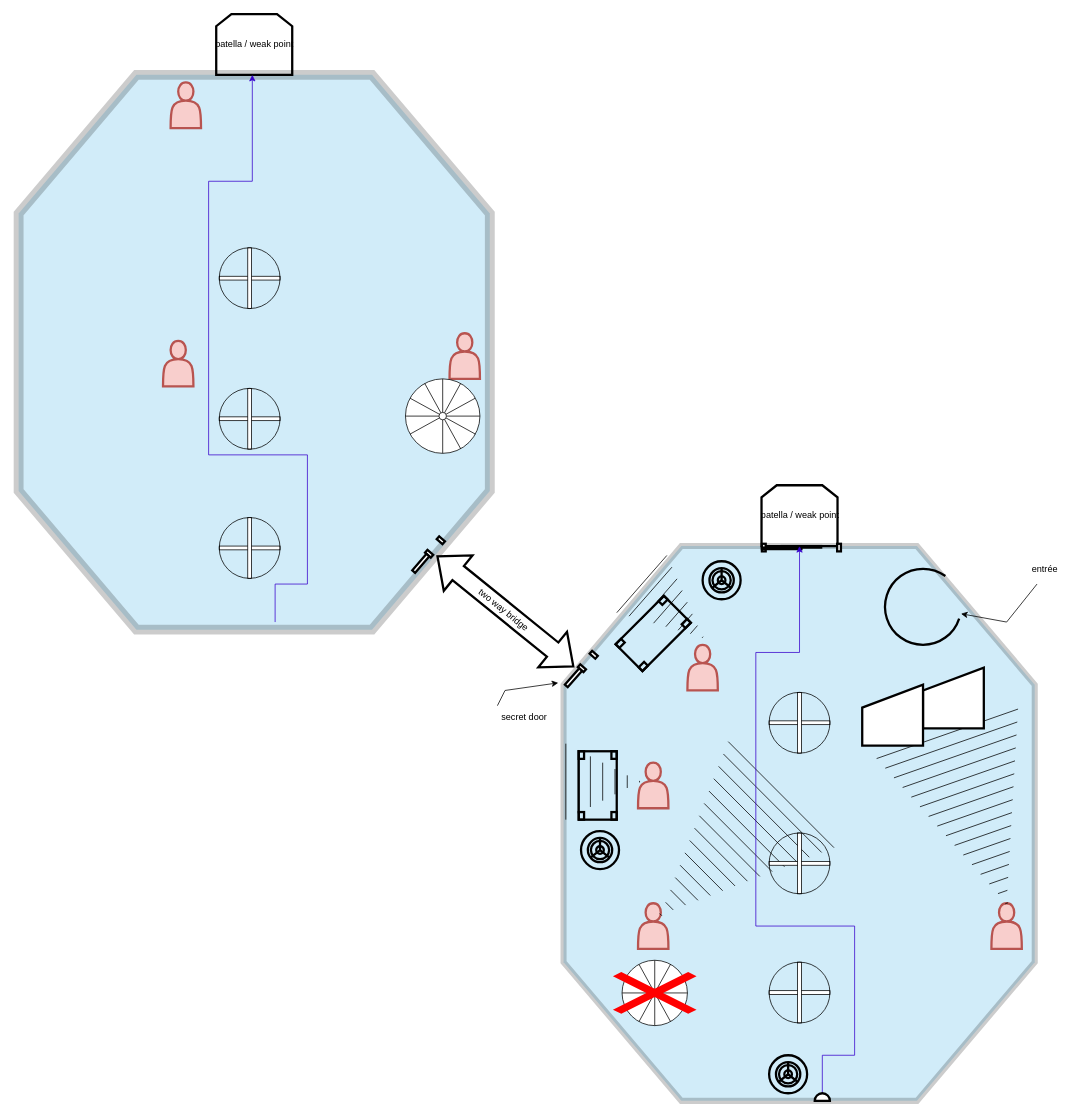
Before: page "Legs" (2 of 3) of LevelDesignWS.drawio in anotien/leveldesignWS, a draw.io diagram. Source tidied: cells renumbered, new cells numbered last; positions are measured from the earlier drawing's top-left corner, leaving out a move shared by most shapes. Both pictures are drawn from the tidied source at 76%, with x=0, y=0 at pixel (18, 14).
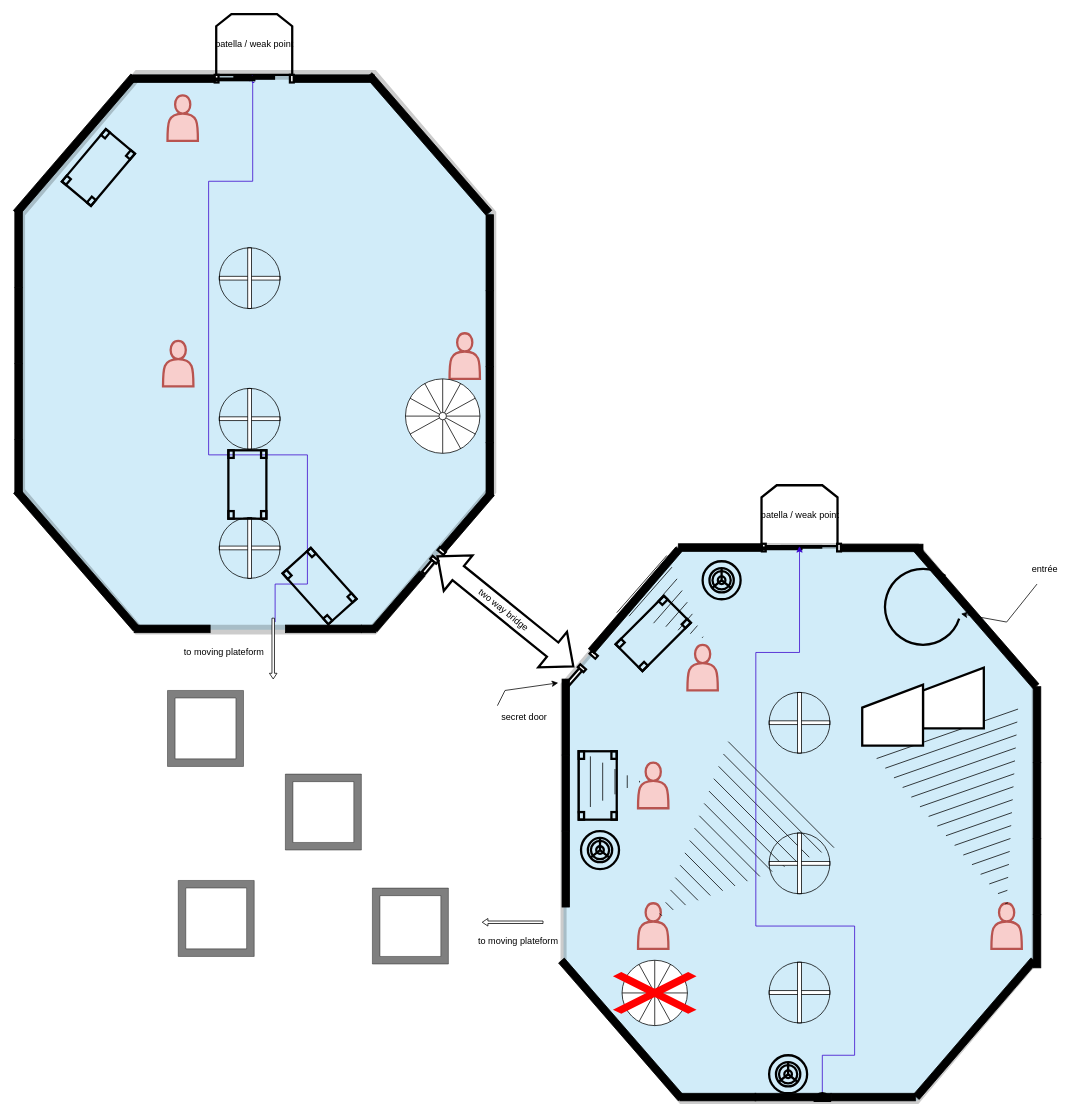
After the change.

What changed in the source:
```diff
@@
     <mxCell id="2" style="verticalLabelPosition=bottom;verticalAlign=top;html=1;shape=mxgraph.basic.polygon;polyCoords=[[0.25,0],[0.75,0],[1,0.25],[1,0.75],[0.75,1],[0.25,1],[0,0.75],[0,0.25]];polyline=0;sketch=0;strokeColor=#000000;strokeWidth=13;fillColor=#1ba1e2;fontColor=#ffffff;opacity=20;" parent="1" vertex="1">
-      <mxGeometry y="80" width="620" height="730" as="geometry" />
+      <mxGeometry x="2" y="80" width="620" height="730" as="geometry" />
     </mxCell>
@@
-    <mxCell id="30" style="verticalLabelPosition=bottom;html=1;verticalAlign=top;align=center;shape=mxgraph.floorplan.doorPocket;dx=0.5;sketch=0;strokeColor=default;strokeWidth=3;fillColor=default;gradientColor=none;rotation=-49.1;" parent="1" vertex="1">
-      <mxGeometry x="510" y="707" width="57" height="10" as="geometry" />
+    <mxCell id="30" style="verticalLabelPosition=bottom;html=1;verticalAlign=top;align=center;shape=mxgraph.floorplan.doorPocket;dx=0.5;sketch=0;strokeColor=default;strokeWidth=3;fillColor=default;gradientColor=none;rotation=-50.2;" parent="1" vertex="1">
+      <mxGeometry x="525.5" y="715" width="40" height="10" as="geometry" />
     </mxCell>
@@
     <mxCell id="43" style="shape=actor;whiteSpace=wrap;html=1;sketch=0;strokeColor=#b85450;strokeWidth=3;fillColor=#f8cecc;" parent="1" vertex="1">
-      <mxGeometry x="200" y="90" width="40" height="60" as="geometry" />
+      <mxGeometry x="195.9" y="106.9" width="40" height="60" as="geometry" />
     </mxCell>
-    <mxCell id="44" style="edgeStyle=orthogonalEdgeStyle;rounded=0;orthogonalLoop=1;jettySize=auto;html=1;exitX=0.5;exitY=1;exitDx=0;exitDy=0;exitPerimeter=0;entryX=0.5;entryY=1;entryDx=0;entryDy=0;fillColor=#6a00ff;strokeColor=#3700CC;" parent="1" edge="1">
+    <mxCell id="44" style="edgeStyle=orthogonalEdgeStyle;rounded=0;jettySize=auto;html=1;exitX=0.5;exitY=1;exitDx=0;exitDy=0;exitPerimeter=0;entryX=0.5;entryY=1;entryDx=0;entryDy=0;fillColor=#6a00ff;strokeColor=#3700CC;startArrow=none;" parent="1" edge="1" source="79">
       <mxGeometry relative="1" as="geometry">
-        <mxPoint x="337.5" y="800" as="sourcePoint" />
         <mxPoint x="307.5" y="80" as="targetPoint" />
-        <Array as="points">
-          <mxPoint x="338" y="750" />
-          <mxPoint x="380" y="750" />
-          <mxPoint x="380" y="580" />
-          <mxPoint x="250" y="580" />
-          <mxPoint x="250" y="220" />
-          <mxPoint x="308" y="220" />
-        </Array>
       </mxGeometry>
     </mxCell>
@@
+    <mxCell id="48" style="verticalLabelPosition=bottom;html=1;verticalAlign=top;align=center;shape=mxgraph.floorplan.wall;fillColor=#000000;rotation=90;" parent="1" vertex="1">
+      <mxGeometry x="-50" y="305" width="100" height="10" as="geometry" />
+    </mxCell>
+    <mxCell id="49" style="verticalLabelPosition=bottom;html=1;verticalAlign=top;align=center;shape=mxgraph.floorplan.wall;fillColor=#000000;rotation=90;" parent="1" vertex="1">
+      <mxGeometry x="-50" y="405" width="100" height="10" as="geometry" />
+    </mxCell>
+    <mxCell id="50" style="verticalLabelPosition=bottom;html=1;verticalAlign=top;align=center;shape=mxgraph.floorplan.wall;fillColor=#000000;rotation=90;" parent="1" vertex="1">
+      <mxGeometry x="-50" y="505" width="100" height="10" as="geometry" />
+    </mxCell>
+    <mxCell id="51" style="verticalLabelPosition=bottom;html=1;verticalAlign=top;align=center;shape=mxgraph.floorplan.wall;fillColor=#000000;rotation=90;" parent="1" vertex="1">
+      <mxGeometry x="-35" y="590" width="70" height="10" as="geometry" />
+    </mxCell>
+    <mxCell id="52" style="verticalLabelPosition=bottom;html=1;verticalAlign=top;align=center;shape=mxgraph.floorplan.wall;fillColor=#000000;rotation=0;" parent="1" vertex="1">
+      <mxGeometry x="152" y="804" width="100" height="10" as="geometry" />
+    </mxCell>
+    <mxCell id="53" style="verticalLabelPosition=bottom;html=1;verticalAlign=top;align=center;shape=mxgraph.floorplan.wall;fillColor=#000000;rotation=0;" parent="1" vertex="1">
+      <mxGeometry x="351" y="804" width="100" height="10" as="geometry" />
+    </mxCell>
+    <mxCell id="54" style="verticalLabelPosition=bottom;html=1;verticalAlign=top;align=center;shape=mxgraph.floorplan.wall;fillColor=#000000;rotation=0;" parent="1" vertex="1">
+      <mxGeometry x="451" y="804" width="19" height="10" as="geometry" />
+    </mxCell>
+    <mxCell id="55" style="verticalLabelPosition=bottom;html=1;verticalAlign=top;align=center;shape=mxgraph.floorplan.wall;fillColor=#000000;rotation=90;" parent="1" vertex="1">
+      <mxGeometry x="570" y="409" width="100" height="10" as="geometry" />
+    </mxCell>
+    <mxCell id="56" style="verticalLabelPosition=bottom;html=1;verticalAlign=top;align=center;shape=mxgraph.floorplan.wall;fillColor=#000000;rotation=90;" parent="1" vertex="1">
+      <mxGeometry x="570" y="509" width="100" height="10" as="geometry" />
+    </mxCell>
+    <mxCell id="57" style="verticalLabelPosition=bottom;html=1;verticalAlign=top;align=center;shape=mxgraph.floorplan.wall;fillColor=#000000;rotation=90;" parent="1" vertex="1">
+      <mxGeometry x="585" y="594" width="70" height="10" as="geometry" />
+    </mxCell>
+    <mxCell id="58" style="verticalLabelPosition=bottom;html=1;verticalAlign=top;align=center;shape=mxgraph.floorplan.wall;fillColor=#000000;rotation=49;" parent="1" vertex="1">
+      <mxGeometry x="-44.1" y="712.8" width="240" height="10" as="geometry" />
+    </mxCell>
+    <mxCell id="59" style="verticalLabelPosition=bottom;html=1;verticalAlign=top;align=center;shape=mxgraph.floorplan.wall;fillColor=#000000;rotation=-229.3;" parent="1" vertex="1">
+      <mxGeometry x="451" y="767.7" width="97" height="10" as="geometry" />
+    </mxCell>
+    <mxCell id="60" style="verticalLabelPosition=bottom;html=1;verticalAlign=top;align=center;shape=mxgraph.floorplan.wall;fillColor=#000000;rotation=-229.3;" parent="1" vertex="1">
+      <mxGeometry x="542" y="662" width="97" height="10" as="geometry" />
+    </mxCell>
+    <mxCell id="61" style="verticalLabelPosition=bottom;html=1;verticalAlign=top;align=center;shape=mxgraph.floorplan.wall;fillColor=#000000;rotation=49;" parent="1" vertex="1">
+      <mxGeometry x="420" y="166" width="240" height="10" as="geometry" />
+    </mxCell>
+    <mxCell id="62" style="verticalLabelPosition=bottom;html=1;verticalAlign=top;align=center;shape=mxgraph.floorplan.wall;fillColor=#000000;rotation=-229.3;" parent="1" vertex="1">
+      <mxGeometry x="-44.3" y="166.9" width="237" height="10" as="geometry" />
+    </mxCell>
+    <mxCell id="63" style="verticalLabelPosition=bottom;html=1;verticalAlign=top;align=center;shape=mxgraph.floorplan.wall;fillColor=#000000;rotation=0;" parent="1" vertex="1">
+      <mxGeometry x="150" y="80" width="110" height="10" as="geometry" />
+    </mxCell>
+    <mxCell id="64" style="verticalLabelPosition=bottom;html=1;verticalAlign=top;align=center;shape=mxgraph.floorplan.wall;fillColor=#000000;rotation=0;" parent="1" vertex="1">
+      <mxGeometry x="360" y="80" width="108" height="10" as="geometry" />
+    </mxCell>
+    <mxCell id="65" style="verticalLabelPosition=bottom;html=1;verticalAlign=top;align=center;shape=mxgraph.floorplan.wall;fillColor=#000000;rotation=49;" parent="1" vertex="1">
+      <mxGeometry x="1140" y="789" width="240" height="10" as="geometry" />
+    </mxCell>
+    <mxCell id="66" style="verticalLabelPosition=bottom;html=1;verticalAlign=top;align=center;shape=mxgraph.floorplan.wall;fillColor=#000000;rotation=-229.3;" parent="1" vertex="1">
+      <mxGeometry x="722.6" y="766.3" width="177" height="10" as="geometry" />
+    </mxCell>
+    <mxCell id="67" style="verticalLabelPosition=bottom;html=1;verticalAlign=top;align=center;shape=mxgraph.floorplan.wall;fillColor=#000000;rotation=90;" parent="1" vertex="1">
+      <mxGeometry x="670" y="920" width="100" height="10" as="geometry" />
+    </mxCell>
+    <mxCell id="68" style="verticalLabelPosition=bottom;html=1;verticalAlign=top;align=center;shape=mxgraph.floorplan.wall;fillColor=#000000;rotation=90;" parent="1" vertex="1">
+      <mxGeometry x="670" y="1020" width="100" height="10" as="geometry" />
+    </mxCell>
+    <mxCell id="69" style="verticalLabelPosition=bottom;html=1;verticalAlign=top;align=center;shape=mxgraph.floorplan.wall;fillColor=#000000;rotation=90;" parent="1" vertex="1">
+      <mxGeometry x="670" y="1120" width="100" height="10" as="geometry" />
+    </mxCell>
+    <mxCell id="70" style="verticalLabelPosition=bottom;html=1;verticalAlign=top;align=center;shape=mxgraph.floorplan.wall;fillColor=#000000;rotation=49;" parent="1" vertex="1">
+      <mxGeometry x="673" y="1331" width="240" height="10" as="geometry" />
+    </mxCell>
+    <mxCell id="71" style="verticalLabelPosition=bottom;html=1;verticalAlign=top;align=center;shape=mxgraph.floorplan.wall;fillColor=#000000;rotation=0;" parent="1" vertex="1">
+      <mxGeometry x="870" y="1420" width="100" height="10" as="geometry" />
+    </mxCell>
+    <mxCell id="72" style="verticalLabelPosition=bottom;html=1;verticalAlign=top;align=center;shape=mxgraph.floorplan.wall;fillColor=#000000;rotation=0;" parent="1" vertex="1">
+      <mxGeometry x="969" y="1420" width="100" height="10" as="geometry" />
+    </mxCell>
+    <mxCell id="73" style="verticalLabelPosition=bottom;html=1;verticalAlign=top;align=center;shape=mxgraph.floorplan.wall;fillColor=#000000;rotation=0;" parent="1" vertex="1">
+      <mxGeometry x="1069" y="1420" width="111" height="10" as="geometry" />
+    </mxCell>
+    <mxCell id="74" style="verticalLabelPosition=bottom;html=1;verticalAlign=top;align=center;shape=mxgraph.floorplan.wall;fillColor=#000000;rotation=-229.3;" parent="1" vertex="1">
+      <mxGeometry x="1140" y="1330" width="237" height="10" as="geometry" />
+    </mxCell>
+    <mxCell id="75" style="verticalLabelPosition=bottom;html=1;verticalAlign=top;align=center;shape=mxgraph.floorplan.wall;fillColor=#000000;rotation=90;" parent="1" vertex="1">
+      <mxGeometry x="1290" y="930" width="100" height="10" as="geometry" />
+    </mxCell>
+    <mxCell id="76" style="verticalLabelPosition=bottom;html=1;verticalAlign=top;align=center;shape=mxgraph.floorplan.wall;fillColor=#000000;rotation=90;" parent="1" vertex="1">
+      <mxGeometry x="1290" y="1030" width="100" height="10" as="geometry" />
+    </mxCell>
+    <mxCell id="77" style="verticalLabelPosition=bottom;html=1;verticalAlign=top;align=center;shape=mxgraph.floorplan.wall;fillColor=#000000;rotation=90;" parent="1" vertex="1">
+      <mxGeometry x="1290" y="1130" width="100" height="10" as="geometry" />
+    </mxCell>
+    <mxCell id="78" style="verticalLabelPosition=bottom;html=1;verticalAlign=top;align=center;shape=mxgraph.floorplan.wall;fillColor=#000000;rotation=90;" parent="1" vertex="1">
+      <mxGeometry x="1305" y="1215" width="70" height="10" as="geometry" />
+    </mxCell>
+    <mxCell id="79" style="verticalLabelPosition=bottom;html=1;verticalAlign=top;align=center;shape=mxgraph.floorplan.doorSlidingGlass;dx=0.25;sketch=0;strokeColor=default;strokeWidth=3;fillColor=default;gradientColor=none;" parent="1" vertex="1">
+      <mxGeometry x="258" y="80" width="104" height="10" as="geometry" />
+    </mxCell>
+    <mxCell id="80" style="edgeStyle=orthogonalEdgeStyle;rounded=0;jettySize=auto;html=1;exitX=0.5;exitY=1;exitDx=0;exitDy=0;exitPerimeter=0;entryX=0.5;entryY=1;entryDx=0;entryDy=0;fillColor=#6a00ff;strokeColor=#3700CC;endArrow=none;" parent="1" edge="1" target="79">
+      <mxGeometry relative="1" as="geometry">
+        <mxPoint x="337.5" y="800" as="sourcePoint" />
+        <Array as="points">
+          <mxPoint x="338" y="750" />
+          <mxPoint x="380" y="750" />
+          <mxPoint x="380" y="580" />
+          <mxPoint x="250" y="580" />
+          <mxPoint x="250" y="220" />
+          <mxPoint x="308" y="220" />
+        </Array>
+      </mxGeometry>
+    </mxCell>
+    <mxCell id="81" style="verticalLabelPosition=bottom;html=1;verticalAlign=top;align=center;shape=mxgraph.floorplan.wall;fillColor=#000000;rotation=0;" parent="1" vertex="1">
+      <mxGeometry x="868" y="697" width="110" height="10" as="geometry" />
+    </mxCell>
+    <mxCell id="82" style="verticalLabelPosition=bottom;html=1;verticalAlign=top;align=center;shape=mxgraph.floorplan.wall;fillColor=#000000;rotation=0;" parent="1" vertex="1">
+      <mxGeometry x="1082" y="697.5" width="108" height="10" as="geometry" />
+    </mxCell>
+    <mxCell id="83" style="verticalLabelPosition=bottom;html=1;verticalAlign=top;align=center;shape=mxgraph.floorplan.table;sketch=0;strokeColor=default;strokeWidth=3;fillColor=none;gradientColor=none;rotation=90;" parent="1" vertex="1">
+      <mxGeometry x="256" y="594" width="90" height="50" as="geometry" />
+    </mxCell>
+    <mxCell id="84" style="verticalLabelPosition=bottom;html=1;verticalAlign=top;align=center;shape=mxgraph.floorplan.table;sketch=0;strokeColor=default;strokeWidth=3;fillColor=none;gradientColor=none;rotation=48;" parent="1" vertex="1">
+      <mxGeometry x="351" y="727.7" width="90" height="50" as="geometry" />
+    </mxCell>
+    <mxCell id="85" style="verticalLabelPosition=bottom;html=1;verticalAlign=top;align=center;shape=mxgraph.floorplan.table;sketch=0;strokeColor=default;strokeWidth=3;fillColor=none;gradientColor=none;rotation=-230;" parent="1" vertex="1">
+      <mxGeometry x="60" y="176.9" width="90" height="50" as="geometry" />
+    </mxCell>
+    <mxCell id="86" style="html=1;shadow=0;dashed=0;align=center;verticalAlign=middle;shape=mxgraph.arrows2.arrow;dy=0.67;dx=7.5;notch=0;rotation=-180;" parent="1" vertex="1">
+      <mxGeometry x="610" y="1190" width="80" height="10" as="geometry" />
+    </mxCell>
+    <mxCell id="87" value="&lt;div&gt;to moving plateform&lt;/div&gt;" style="text;html=1;align=center;verticalAlign=middle;strokeColor=none;fillColor=none;" parent="1" vertex="1">
+      <mxGeometry x="210" y="829.9" width="120" height="20" as="geometry" />
+    </mxCell>
+    <mxCell id="88" style="html=1;shadow=0;dashed=0;align=center;verticalAlign=middle;shape=mxgraph.arrows2.arrow;dy=0.67;dx=7.5;notch=0;rotation=90;" parent="1" vertex="1">
+      <mxGeometry x="295" y="829.9" width="80" height="10" as="geometry" />
+    </mxCell>
+    <mxCell id="89" value="&lt;div&gt;to moving plateform&lt;/div&gt;" style="text;html=1;align=center;verticalAlign=middle;strokeColor=none;fillColor=none;" parent="1" vertex="1">
+      <mxGeometry x="597" y="1210" width="120" height="20" as="geometry" />
+    </mxCell>
+    <mxCell id="90" style="verticalLabelPosition=bottom;html=1;verticalAlign=top;align=center;shape=mxgraph.floorplan.wall;fillColor=#000000;rotation=90;" parent="1" vertex="1">
+      <mxGeometry x="570" y="309" width="100" height="10" as="geometry" />
+    </mxCell>
+    <mxCell id="91" style="verticalLabelPosition=bottom;html=1;verticalAlign=top;align=center;shape=mxgraph.floorplan.room;fillColor=#000000;opacity=50;" parent="1" vertex="1">
+      <mxGeometry x="351" y="1000" width="100" height="100" as="geometry" />
+    </mxCell>
+    <mxCell id="92" style="verticalLabelPosition=bottom;html=1;verticalAlign=top;align=center;shape=mxgraph.floorplan.room;fillColor=#000000;opacity=50;" parent="1" vertex="1">
+      <mxGeometry x="195.9" y="890" width="100" height="100" as="geometry" />
+    </mxCell>
+    <mxCell id="93" style="verticalLabelPosition=bottom;html=1;verticalAlign=top;align=center;shape=mxgraph.floorplan.room;fillColor=#000000;opacity=50;" parent="1" vertex="1">
+      <mxGeometry x="210" y="1140" width="100" height="100" as="geometry" />
+    </mxCell>
+    <mxCell id="94" style="verticalLabelPosition=bottom;html=1;verticalAlign=top;align=center;shape=mxgraph.floorplan.room;fillColor=#000000;opacity=50;" parent="1" vertex="1">
+      <mxGeometry x="465.5" y="1150" width="100" height="100" as="geometry" />
+    </mxCell>
```
